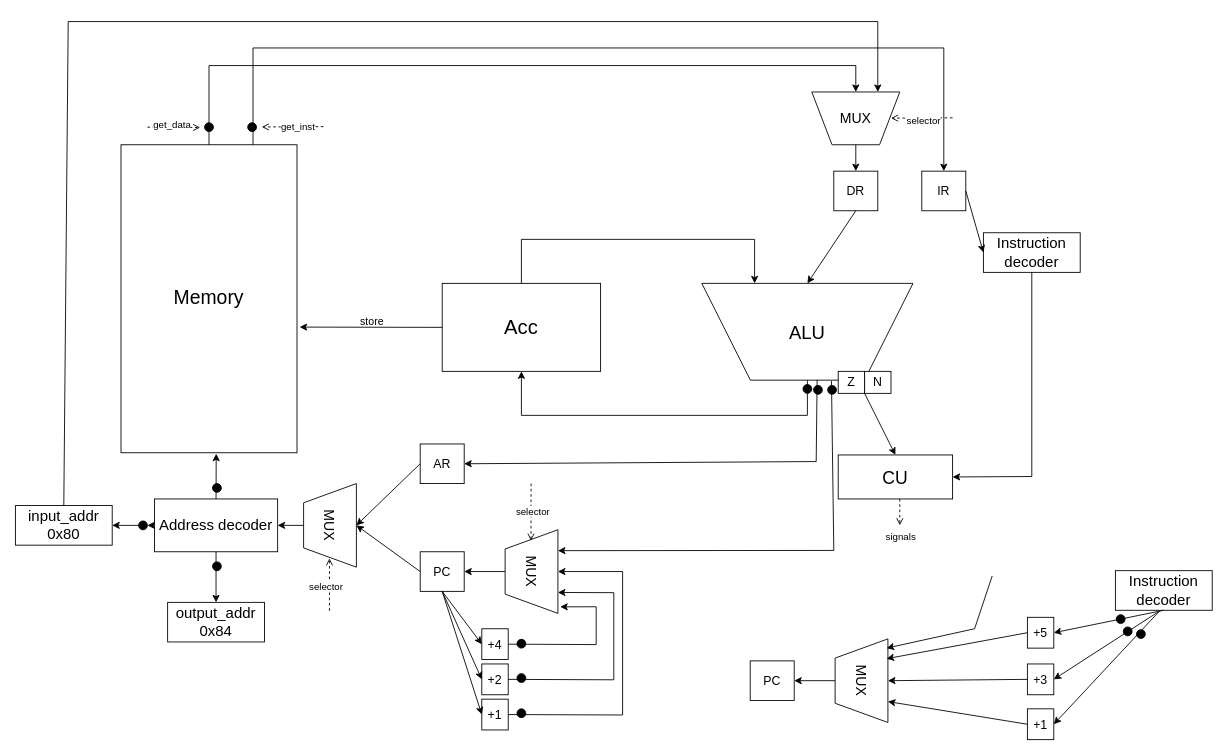
Earlier version of the draw.io diagram csa/Acc.drawio (anasttass/itmo). Source tidied: cells renumbered, new cells numbered last; positions are measured from the earlier drawing's top-left corner, leaving out a move shared by most shapes. Both pictures are drawn from the tidied source at 88%, with x=0, y=0 at pixel (15, 21).
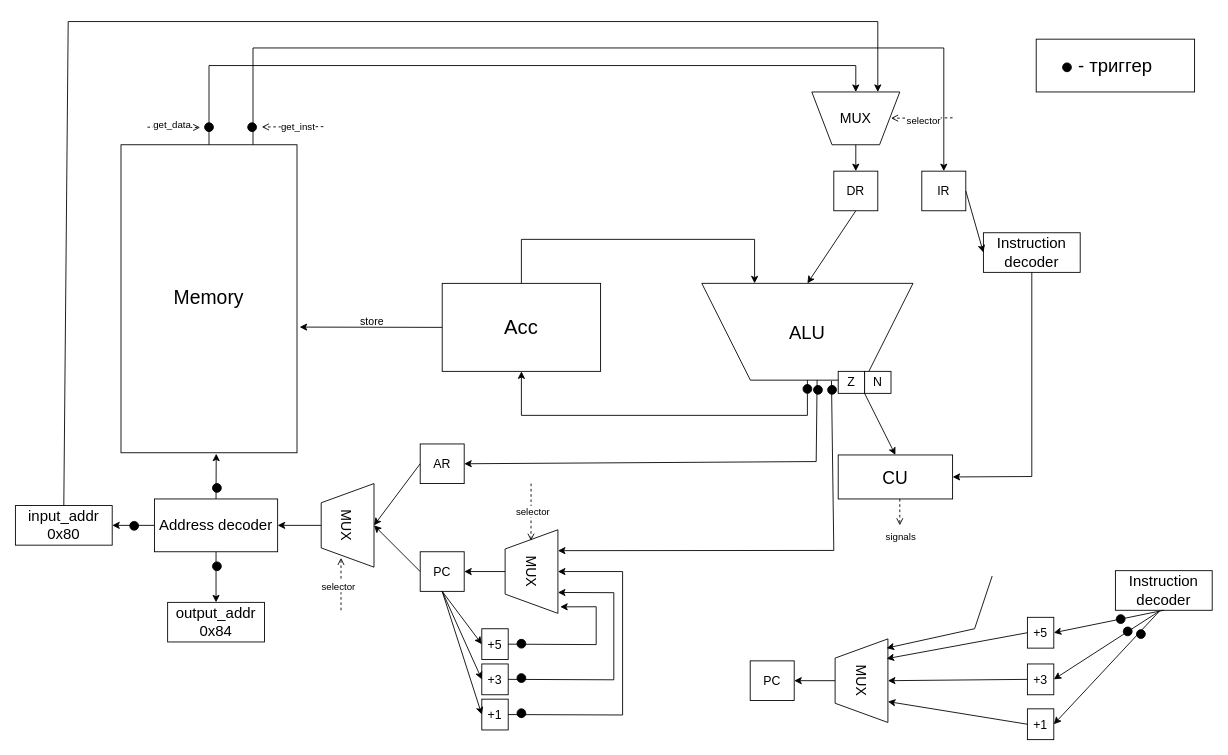
After the change.

The change refers to these unchanged cells:
```xml
<mxCell id="4" value="&lt;font style=&quot;font-size: 17px;&quot;&gt;Address decoder&lt;/font&gt;" style="rounded=0;whiteSpace=wrap;html=1;" parent="1" vertex="1">
  <mxGeometry x="158" y="542.5" width="140" height="60" as="geometry" />
</mxCell>
<mxCell id="6" value="&lt;span style=&quot;font-size: 17px;&quot;&gt;input_addr&lt;/span&gt;&lt;div&gt;&lt;span style=&quot;font-size: 17px;&quot;&gt;0x80&lt;/span&gt;&lt;/div&gt;" style="rounded=0;whiteSpace=wrap;html=1;" parent="1" vertex="1">
  <mxGeometry y="550" width="110" height="45" as="geometry" />
</mxCell>
```

What changed in the source:
```diff
@@
+    <mxCell id="91" style="edgeStyle=orthogonalEdgeStyle;rounded=0;jettySize=auto;html=1;" parent="1" edge="1" source="4" target="6">
+      <mxGeometry relative="1" as="geometry" />
+    </mxCell>
@@
-    <mxCell id="15" style="endArrow=classic;html=1;rounded=0;exitX=0;exitY=0.5;exitDx=0;exitDy=0;entryX=1;entryY=0.5;entryDx=0;entryDy=0;" parent="1" edge="1" source="67" target="6">
-      <mxGeometry relative="1" as="geometry" />
-    </mxCell>
@@
     <mxCell id="32" value="&lt;font style=&quot;font-size: 16px;&quot;&gt;MUX&lt;/font&gt;" style="verticalLabelPosition=middle;verticalAlign=middle;html=1;shape=trapezoid;perimeter=trapezoidPerimeter;whiteSpace=wrap;size=0.23;arcSize=10;flipV=1;labelPosition=center;align=center;rotation=90;" parent="1" vertex="1">
-      <mxGeometry x="310" y="542.5" width="95" height="60" as="geometry" />
+      <mxGeometry x="330" y="542.5" width="95" height="60" as="geometry" />
     </mxCell>
@@
-    <mxCell id="36" style="endArrow=classic;html=1;rounded=0;exitX=0.5;exitY=1;exitDx=0;exitDy=0;entryX=1;entryY=0.5;entryDx=0;entryDy=0;" parent="1" edge="1" source="32" target="4">
+    <mxCell id="36" style="endArrow=classic;html=1;rounded=0;entryX=1;entryY=0.5;entryDx=0;entryDy=0;exitX=0.5;exitY=1;exitDx=0;exitDy=0;" parent="1" edge="1" source="32" target="4">
       <mxGeometry relative="1" as="geometry" />
     </mxCell>
@@
     <mxCell id="39" style="endArrow=open;html=1;rounded=0;dashed=1;strokeWidth=1;endFill=0;" parent="1" edge="1">
       <mxGeometry relative="1" as="geometry">
-        <mxPoint x="356.9" y="669.6" as="sourcePoint" />
-        <mxPoint x="356.9" y="610" as="targetPoint" />
+        <mxPoint x="370" y="669" as="sourcePoint" />
+        <mxPoint x="370" y="609.4" as="targetPoint" />
       </mxGeometry>
     </mxCell>
@@
-    <mxCell id="52" value="&lt;font style=&quot;font-size: 14px;&quot;&gt;+2&lt;/font&gt;" style="rounded=0;whiteSpace=wrap;html=1;" parent="1" vertex="1">
+    <mxCell id="52" value="&lt;font style=&quot;font-size: 14px;&quot;&gt;+3&lt;/font&gt;" style="rounded=0;whiteSpace=wrap;html=1;" parent="1" vertex="1">
       <mxGeometry x="530" y="730" width="30" height="35" as="geometry" />
     </mxCell>
-    <mxCell id="53" value="&lt;font style=&quot;font-size: 14px;&quot;&gt;+4&lt;/font&gt;" style="rounded=0;whiteSpace=wrap;html=1;" parent="1" vertex="1">
+    <mxCell id="53" value="&lt;font style=&quot;font-size: 14px;&quot;&gt;+5&lt;/font&gt;" style="rounded=0;whiteSpace=wrap;html=1;" parent="1" vertex="1">
       <mxGeometry x="530" y="690" width="30" height="35" as="geometry" />
     </mxCell>
@@
-    <mxCell id="66" style="endArrow=classic;html=1;rounded=0;exitX=0;exitY=0.5;exitDx=0;exitDy=0;entryX=1;entryY=0.5;entryDx=0;entryDy=0;" parent="1" edge="1" source="4" target="67">
-      <mxGeometry relative="1" as="geometry" />
-    </mxCell>
-    <mxCell id="67" style="ellipse;shape=doubleEllipse;whiteSpace=wrap;html=1;strokeColor=#000000;fillColor=#000000;" parent="1" vertex="1">
-      <mxGeometry x="140" y="567.5" width="10" height="10" as="geometry" />
-    </mxCell>
@@
+    <mxCell id="92" style="ellipse;shape=doubleEllipse;whiteSpace=wrap;html=1;strokeColor=#000000;fillColor=#000000;" parent="1" vertex="1">
+      <mxGeometry x="130" y="568" width="10" height="10" as="geometry" />
+    </mxCell>
+    <mxCell id="93" value="&lt;font style=&quot;font-size: 21px;&quot;&gt;- триггер&lt;/font&gt;" style="rounded=0;whiteSpace=wrap;html=1;" parent="1" vertex="1">
+      <mxGeometry x="1160" y="20" width="180" height="60" as="geometry" />
+    </mxCell>
+    <mxCell id="94" style="ellipse;shape=doubleEllipse;whiteSpace=wrap;html=1;strokeColor=#000000;fillColor=#000000;" parent="1" vertex="1">
+      <mxGeometry x="1190" y="47" width="10" height="10" as="geometry" />
+    </mxCell>
```
